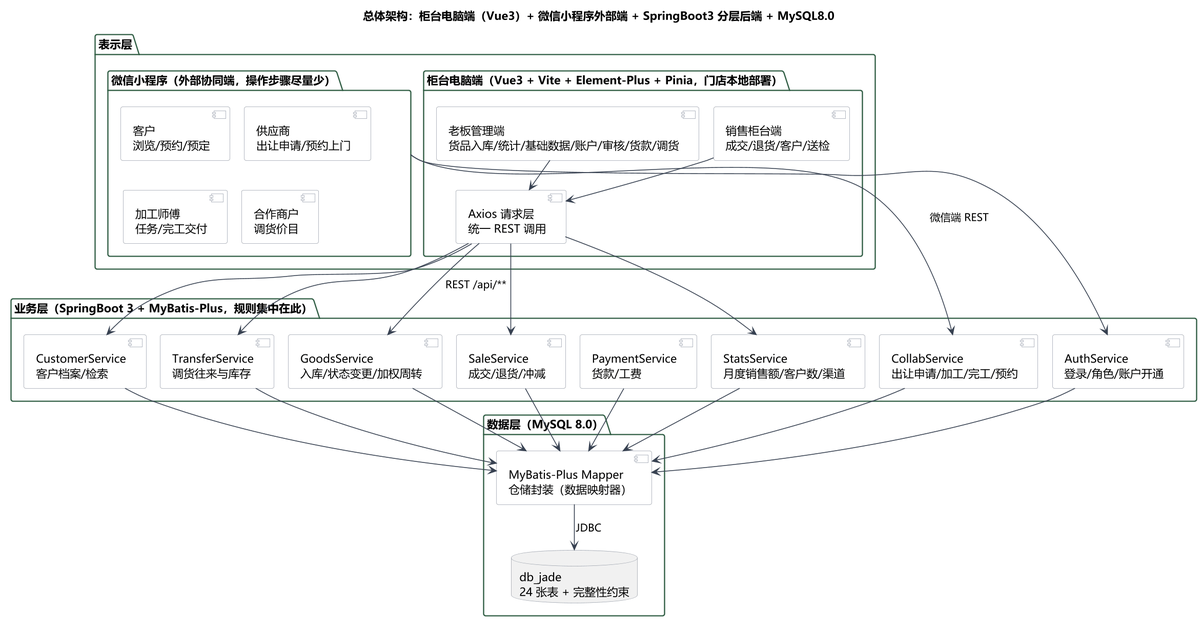
The PlantUML diagram docs/figs/design/08-architecture.png in rosefinch55/jade-store-system, before a commit.
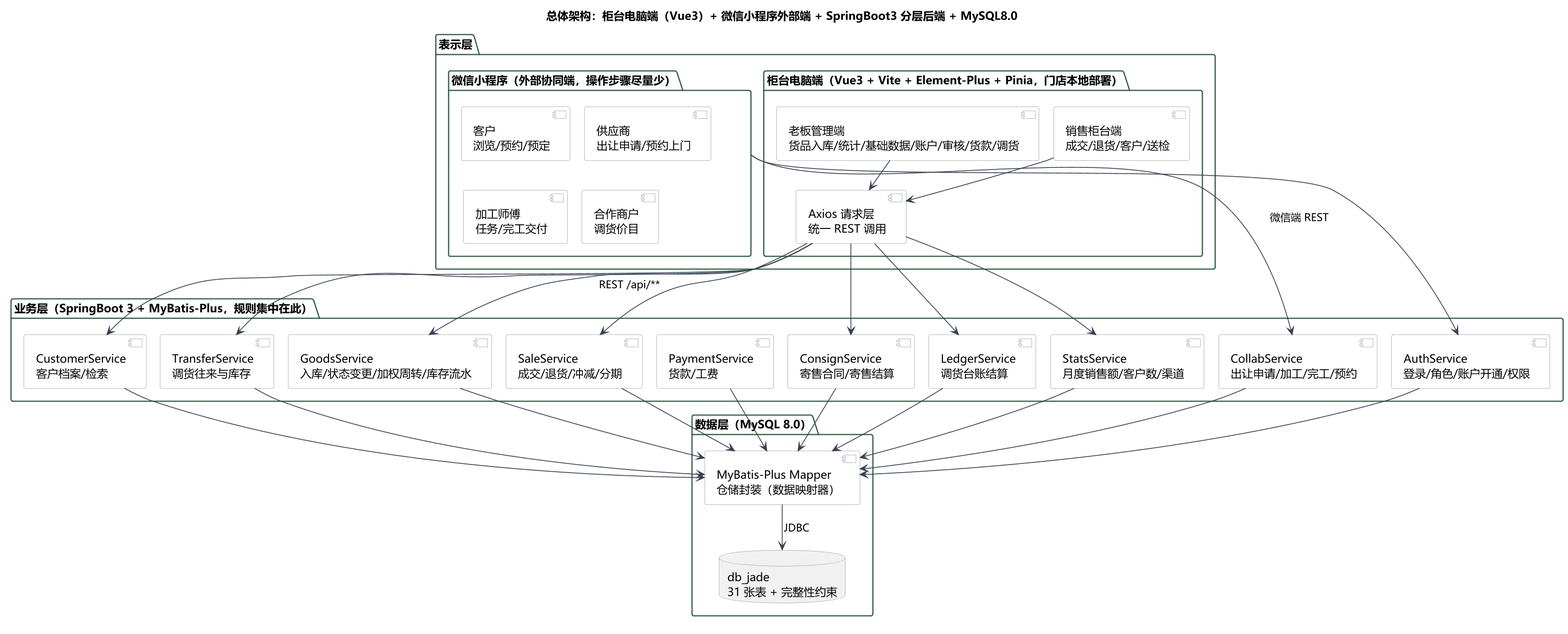
Later version of the same file.

The edit, as a diff of the source:
```diff
@@ -30,25 +30,29 @@
 }
 
 package "业务层（SpringBoot 3 + MyBatis-Plus，规则集中在此）" as BL {
-  component "GoodsService\n入库/状态变更/加权周转" as S1
-  component "SaleService\n成交/退货/冲减" as S2
+  component "GoodsService\n入库/状态变更/加权周转/库存流水" as S1
+  component "SaleService\n成交/退货/冲减/分期" as S2
   component "CustomerService\n客户档案/检索" as S3
   component "TransferService\n调货往来与库存" as S4
   component "PaymentService\n货款/工费" as S5
+  component "ConsignService\n寄售合同/寄售结算" as S9
+  component "LedgerService\n调货台账结算" as S10
   component "CollabService\n出让申请/加工/完工/预约" as S6
   component "StatsService\n月度销售额/客户数/渠道" as S7
-  component "AuthService\n登录/角色/账户开通" as S8
+  component "AuthService\n登录/角色/账户开通/权限" as S8
 }
 
 package "数据层（MySQL 8.0）" as DL {
   component "MyBatis-Plus Mapper\n仓储封装（数据映射器）" as R1
-  database "db_jade\n24 张表 + 完整性约束" as DB
+  database "db_jade\n31 张表 + 完整性约束" as DB
 }
 
 V3 --> S1 : REST /api/**
 V3 --> S2
 V3 --> S3
 V3 --> S4
+V3 --> S9
+V3 --> S10
 V3 --> S7
 MP --> S6 : 微信端 REST
 MP --> S8
@@ -57,6 +61,8 @@
 S3 --> R1
 S4 --> R1
 S5 --> R1
+S9 --> R1
+S10 --> R1
 S6 --> R1
 S7 --> R1
 S8 --> R1
```
